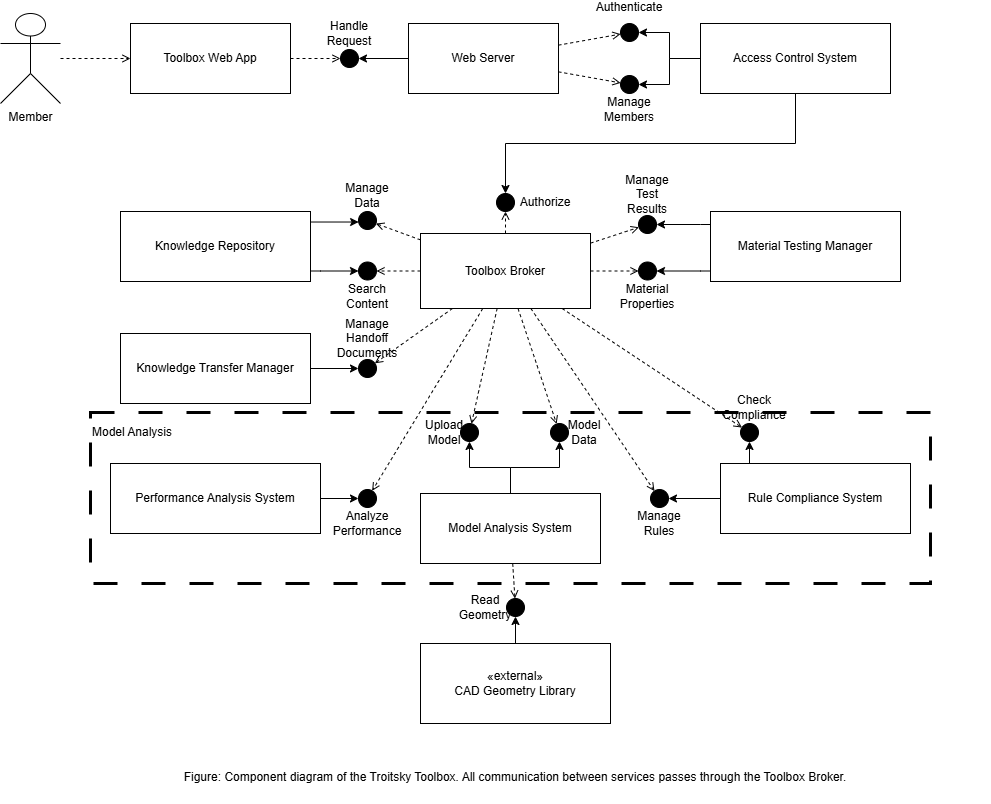
This is docs/SRS/System/s1component-dark.png from JackEaston4/Troitsky-Toolbox, a draw.io export, as it was before one commit. Source tidied: cells renumbered, new cells last; positions are measured from the earlier drawing's top-left corner, leaving out a move shared by most shapes.
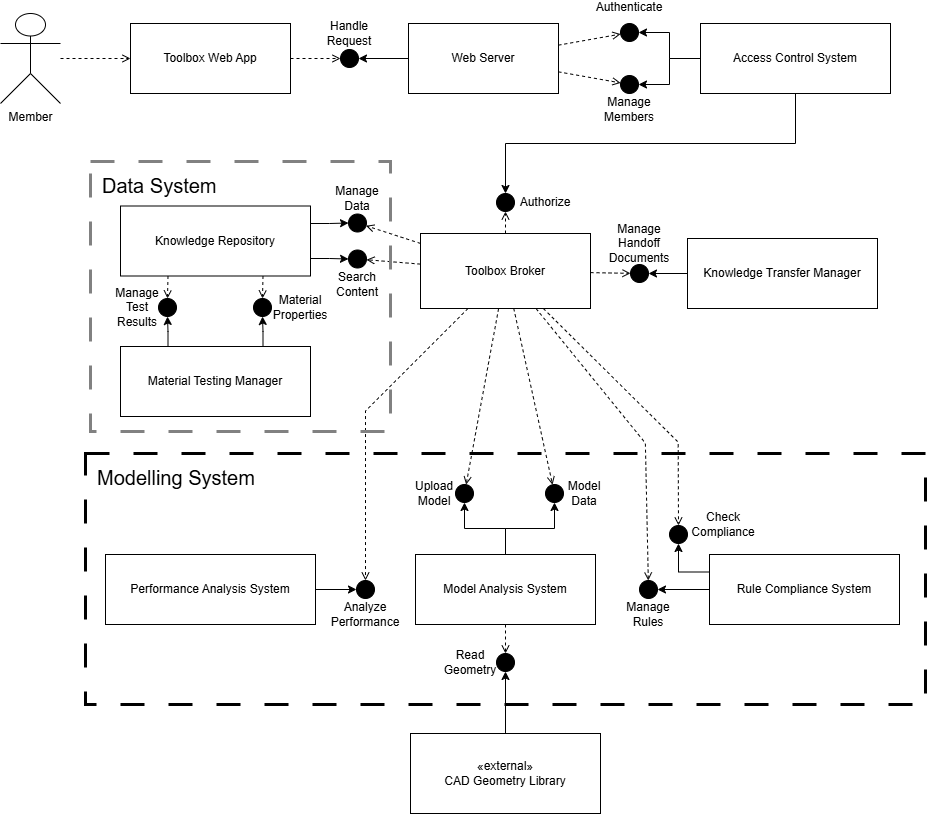
The same file after the commit.

Commit message:
added support for pdf integration of component diagram and cleaned up diagram layout

What changed in the source:
```diff
@@ -2,8 +2,8 @@
   <root>
     <mxCell id="0" />
     <mxCell id="1" parent="0" />
-    <mxCell id="2" value="Model Analysis" style="rounded=0;dashed=1;whiteSpace=wrap;html=1;verticalAlign=top;align=left;spacingTop=6;strokeColor=#000000;fillColor=none;dashPattern=8 8;strokeWidth=3;" parent="1" vertex="1">
-      <mxGeometry x="90" y="399" width="840" height="171" as="geometry" />
+    <mxCell id="2" value="&lt;font style=&quot;font-size: 20px;&quot;&gt;Modelling System&lt;/font&gt;" style="rounded=0;dashed=1;whiteSpace=wrap;html=1;verticalAlign=top;align=left;spacingTop=6;strokeColor=#000000;fillColor=none;dashPattern=8 8;strokeWidth=3;spacingRight=10;spacingLeft=10;" parent="1" vertex="1">
+      <mxGeometry x="85" y="440" width="840" height="251" as="geometry" />
     </mxCell>
     <mxCell id="3" value="Member" style="shape=umlActor;verticalLabelPosition=bottom;verticalAlign=top;html=1;strokeColor=#000000;fillColor=none;" parent="1" vertex="1">
       <mxGeometry width="60" height="90" as="geometry" />
@@ -21,25 +21,25 @@
       <mxGeometry x="420" y="220" width="170" height="75" as="geometry" />
     </mxCell>
     <mxCell id="8" value="Knowledge Repository" style="shape=uml2Component;whiteSpace=wrap;html=1;strokeColor=#000000;fillColor=none;" parent="1" vertex="1">
-      <mxGeometry x="120" y="198" width="190" height="70" as="geometry" />
+      <mxGeometry x="120" y="192.5" width="190" height="70" as="geometry" />
     </mxCell>
     <mxCell id="9" value="Model Analysis System" style="shape=uml2Component;whiteSpace=wrap;html=1;strokeColor=#000000;fillColor=none;" parent="1" vertex="1">
-      <mxGeometry x="420" y="480" width="180" height="70" as="geometry" />
+      <mxGeometry x="415" y="541" width="180" height="70" as="geometry" />
     </mxCell>
     <mxCell id="10" value="Performance Analysis System" style="shape=uml2Component;whiteSpace=wrap;html=1;strokeColor=#000000;fillColor=none;" parent="1" vertex="1">
-      <mxGeometry x="110" y="450" width="210" height="70" as="geometry" />
+      <mxGeometry x="105" y="541" width="210" height="70" as="geometry" />
     </mxCell>
     <mxCell id="11" value="Rule Compliance System" style="shape=uml2Component;whiteSpace=wrap;html=1;strokeColor=#000000;fillColor=none;" parent="1" vertex="1">
-      <mxGeometry x="720" y="450" width="190" height="70" as="geometry" />
+      <mxGeometry x="709" y="541" width="190" height="70" as="geometry" />
     </mxCell>
     <mxCell id="12" value="Material Testing Manager" style="shape=uml2Component;whiteSpace=wrap;html=1;strokeColor=#000000;fillColor=none;" parent="1" vertex="1">
-      <mxGeometry x="710" y="198" width="190" height="70" as="geometry" />
+      <mxGeometry x="120" y="333" width="190" height="70" as="geometry" />
     </mxCell>
     <mxCell id="13" value="Knowledge Transfer Manager" style="shape=uml2Component;whiteSpace=wrap;html=1;strokeColor=#000000;fillColor=none;" parent="1" vertex="1">
-      <mxGeometry x="120" y="320" width="190" height="70" as="geometry" />
+      <mxGeometry x="687" y="225" width="190" height="70" as="geometry" />
     </mxCell>
     <mxCell id="14" value="«external»&#10;CAD Geometry Library" style="shape=uml2Component;whiteSpace=wrap;html=1;strokeColor=#000000;fillColor=none;" parent="1" vertex="1">
-      <mxGeometry x="420" y="630" width="190" height="80" as="geometry" />
+      <mxGeometry x="410" y="720" width="190" height="80" as="geometry" />
     </mxCell>
     <mxCell id="15" value="Handle Request" style="ellipse;whiteSpace=wrap;html=1;strokeColor=#000000;fillColor=#000000;fontColor=#000000;spacingTop=0;spacingBottom=50;" parent="1" vertex="1">
       <mxGeometry x="340" y="36" width="18" height="18" as="geometry" />
@@ -54,37 +54,37 @@
       <mxGeometry x="620" y="62" width="18" height="18" as="geometry" />
     </mxCell>
     <mxCell id="19" value="Manage Data" style="ellipse;whiteSpace=wrap;html=1;strokeColor=#000000;fillColor=#000000;fontColor=#000000;spacingBottom=50;" parent="1" vertex="1">
-      <mxGeometry x="358" y="198" width="18" height="18" as="geometry" />
+      <mxGeometry x="348" y="200.5" width="18" height="18" as="geometry" />
     </mxCell>
     <mxCell id="20" value="Search Content" style="ellipse;whiteSpace=wrap;html=1;strokeColor=#000000;fillColor=#000000;fontColor=#000000;spacingTop=50;" parent="1" vertex="1">
-      <mxGeometry x="358" y="248.5" width="18" height="18" as="geometry" />
+      <mxGeometry x="348" y="236.5" width="18" height="18" as="geometry" />
     </mxCell>
-    <mxCell id="21" value="Upload Model" style="ellipse;whiteSpace=wrap;html=1;strokeColor=#000000;fillColor=#000000;fontColor=#000000;spacingRight=50;" parent="1" vertex="1">
-      <mxGeometry x="460" y="410" width="18" height="18" as="geometry" />
+    <mxCell id="21" value="Upload Model" style="ellipse;whiteSpace=wrap;html=1;strokeColor=#000000;fillColor=#000000;fontColor=#000000;spacingRight=60;" parent="1" vertex="1">
+      <mxGeometry x="455" y="471" width="18" height="18" as="geometry" />
     </mxCell>
-    <mxCell id="22" value="Model Data" style="ellipse;whiteSpace=wrap;html=1;strokeColor=#000000;fillColor=#000000;fontColor=#000000;spacingLeft=50;" parent="1" vertex="1">
-      <mxGeometry x="550" y="410" width="18" height="18" as="geometry" />
+    <mxCell id="22" value="Model Data" style="ellipse;whiteSpace=wrap;html=1;strokeColor=#000000;fillColor=#000000;fontColor=#000000;spacingLeft=60;" parent="1" vertex="1">
+      <mxGeometry x="545" y="471" width="18" height="18" as="geometry" />
     </mxCell>
     <mxCell id="23" value="Analyze Performance" style="ellipse;whiteSpace=wrap;html=1;strokeColor=#000000;fillColor=#000000;fontColor=#000000;spacingTop=50;" parent="1" vertex="1">
-      <mxGeometry x="358" y="476" width="18" height="18" as="geometry" />
+      <mxGeometry x="356" y="567" width="18" height="18" as="geometry" />
     </mxCell>
-    <mxCell id="24" value="Check Compliance" style="ellipse;whiteSpace=wrap;html=1;strokeColor=#000000;fillColor=#000000;fontColor=#000000;spacingBottom=50;spacingLeft=10;" parent="1" vertex="1">
-      <mxGeometry x="740" y="410" width="18" height="18" as="geometry" />
+    <mxCell id="24" value="Check Compliance" style="ellipse;whiteSpace=wrap;html=1;strokeColor=#000000;fillColor=#000000;fontColor=#000000;spacingBottom=20;spacingLeft=90;" parent="1" vertex="1">
+      <mxGeometry x="669" y="512" width="18" height="18" as="geometry" />
     </mxCell>
     <mxCell id="25" value="Manage Rules" style="ellipse;whiteSpace=wrap;html=1;strokeColor=#000000;fillColor=#000000;fontColor=#000000;spacingTop=50;" parent="1" vertex="1">
-      <mxGeometry x="650" y="476" width="18" height="18" as="geometry" />
+      <mxGeometry x="639" y="567" width="18" height="18" as="geometry" />
     </mxCell>
-    <mxCell id="26" value="Manage Test Results" style="ellipse;whiteSpace=wrap;html=1;strokeColor=#000000;fillColor=#000000;fontColor=#000000;spacingBottom=60;" parent="1" vertex="1">
-      <mxGeometry x="638" y="202" width="18" height="18" as="geometry" />
+    <mxCell id="26" value="Manage Test Results" style="ellipse;whiteSpace=wrap;html=1;strokeColor=#000000;fillColor=#000000;fontColor=#000000;spacingBottom=0;spacingRight=60;" parent="1" vertex="1">
+      <mxGeometry x="158" y="285" width="18" height="18" as="geometry" />
     </mxCell>
-    <mxCell id="27" value="Material Properties" style="ellipse;whiteSpace=wrap;html=1;strokeColor=#000000;fillColor=#000000;fontColor=#000000;spacingTop=50;" parent="1" vertex="1">
-      <mxGeometry x="638" y="248.5" width="18" height="18" as="geometry" />
+    <mxCell id="27" value="Material Properties" style="ellipse;whiteSpace=wrap;html=1;strokeColor=#000000;fillColor=#000000;fontColor=#000000;spacingTop=0;spacingLeft=75;" parent="1" vertex="1">
+      <mxGeometry x="253" y="285" width="18" height="18" as="geometry" />
     </mxCell>
     <mxCell id="28" value="Manage Handoff Documents" style="ellipse;whiteSpace=wrap;html=1;strokeColor=#000000;fillColor=#000000;fontColor=#000000;spacingBottom=60;" parent="1" vertex="1">
-      <mxGeometry x="358" y="346" width="18" height="18" as="geometry" />
+      <mxGeometry x="630" y="251" width="18" height="18" as="geometry" />
     </mxCell>
-    <mxCell id="29" value="Read Geometry" style="ellipse;whiteSpace=wrap;html=1;strokeColor=#000000;fillColor=#000000;fontColor=#000000;spacingRight=60;" parent="1" vertex="1">
-      <mxGeometry x="506" y="585" width="18" height="18" as="geometry" />
+    <mxCell id="29" value="Read Geometry" style="ellipse;whiteSpace=wrap;html=1;strokeColor=#000000;fillColor=#000000;fontColor=#000000;spacingRight=70;" parent="1" vertex="1">
+      <mxGeometry x="496" y="640" width="18" height="18" as="geometry" />
     </mxCell>
     <mxCell id="30" style="edgeStyle=orthogonalEdgeStyle;html=1;strokeColor=#000000;rounded=0;" parent="1" edge="1" source="5" target="15">
       <mxGeometry relative="1" as="geometry" />
@@ -103,20 +103,11 @@
     <mxCell id="33" style="edgeStyle=orthogonalEdgeStyle;html=1;strokeColor=#000000;rounded=0;" parent="1" edge="1" source="6" target="18">
       <mxGeometry relative="1" as="geometry" />
     </mxCell>
-    <mxCell id="34" style="edgeStyle=orthogonalEdgeStyle;html=1;strokeColor=#000000;rounded=0;" parent="1" edge="1" source="8" target="19">
-      <mxGeometry relative="1" as="geometry">
-        <Array as="points">
-          <mxPoint x="367" y="207" />
-        </Array>
-      </mxGeometry>
+    <mxCell id="34" style="edgeStyle=orthogonalEdgeStyle;html=1;strokeColor=#000000;rounded=0;exitX=1;exitY=0.25;exitDx=0;exitDy=0;" parent="1" edge="1" source="8" target="19">
+      <mxGeometry relative="1" as="geometry" />
     </mxCell>
-    <mxCell id="35" style="edgeStyle=orthogonalEdgeStyle;html=1;strokeColor=#000000;rounded=0;" parent="1" edge="1" source="8" target="20">
-      <mxGeometry relative="1" as="geometry">
-        <Array as="points">
-          <mxPoint x="320" y="257.5" />
-          <mxPoint x="320" y="257.5" />
-        </Array>
-      </mxGeometry>
+    <mxCell id="35" style="edgeStyle=orthogonalEdgeStyle;html=1;strokeColor=#000000;rounded=0;exitX=1;exitY=0.75;exitDx=0;exitDy=0;" parent="1" edge="1" source="8" target="20">
+      <mxGeometry relative="1" as="geometry" />
     </mxCell>
     <mxCell id="36" style="edgeStyle=orthogonalEdgeStyle;html=1;strokeColor=#000000;rounded=0;" parent="1" edge="1" source="9" target="21">
       <mxGeometry relative="1" as="geometry" />
@@ -127,32 +118,12 @@
     <mxCell id="38" style="edgeStyle=orthogonalEdgeStyle;html=1;strokeColor=#000000;rounded=0;" parent="1" edge="1" source="10" target="23">
       <mxGeometry relative="1" as="geometry" />
     </mxCell>
-    <mxCell id="39" style="edgeStyle=orthogonalEdgeStyle;html=1;strokeColor=#000000;rounded=0;exitX=0.25;exitY=0;exitDx=0;exitDy=0;" parent="1" edge="1" source="11" target="24">
-      <mxGeometry relative="1" as="geometry">
-        <Array as="points">
-          <mxPoint x="749" y="450" />
-        </Array>
-      </mxGeometry>
+    <mxCell id="39" style="edgeStyle=orthogonalEdgeStyle;html=1;strokeColor=#000000;rounded=0;exitX=0;exitY=0.25;exitDx=0;exitDy=0;" parent="1" edge="1" source="11" target="24">
+      <mxGeometry relative="1" as="geometry" />
     </mxCell>
     <mxCell id="40" style="edgeStyle=orthogonalEdgeStyle;html=1;strokeColor=#000000;rounded=0;" parent="1" edge="1" source="11" target="25">
       <mxGeometry relative="1" as="geometry" />
     </mxCell>
-    <mxCell id="41" style="edgeStyle=orthogonalEdgeStyle;html=1;strokeColor=#000000;rounded=0;" parent="1" edge="1" source="12" target="26">
-      <mxGeometry relative="1" as="geometry">
-        <Array as="points">
-          <mxPoint x="700" y="211" />
-          <mxPoint x="700" y="211" />
-        </Array>
-      </mxGeometry>
-    </mxCell>
-    <mxCell id="42" style="edgeStyle=orthogonalEdgeStyle;html=1;strokeColor=#000000;rounded=0;" parent="1" edge="1" source="12" target="27">
-      <mxGeometry relative="1" as="geometry">
-        <Array as="points">
-          <mxPoint x="700" y="257.5" />
-          <mxPoint x="700" y="257.5" />
-        </Array>
-      </mxGeometry>
-    </mxCell>
     <mxCell id="43" style="edgeStyle=orthogonalEdgeStyle;html=1;strokeColor=#000000;rounded=0;" parent="1" edge="1" source="13" target="28">
       <mxGeometry relative="1" as="geometry" />
     </mxCell>
@@ -187,18 +158,30 @@
       <mxGeometry relative="1" as="geometry" />
     </mxCell>
     <mxCell id="54" style="dashed=1;endArrow=open;html=1;strokeColor=#000000;rounded=0;" parent="1" edge="1" source="7" target="23">
-      <mxGeometry relative="1" as="geometry" />
+      <mxGeometry relative="1" as="geometry">
+        <Array as="points">
+          <mxPoint x="365" y="397.5" />
+        </Array>
+      </mxGeometry>
     </mxCell>
     <mxCell id="55" style="dashed=1;endArrow=open;html=1;strokeColor=#000000;rounded=0;" parent="1" edge="1" source="7" target="24">
-      <mxGeometry relative="1" as="geometry" />
+      <mxGeometry relative="1" as="geometry">
+        <Array as="points">
+          <mxPoint x="677.7" y="428.6" />
+        </Array>
+      </mxGeometry>
     </mxCell>
     <mxCell id="56" style="dashed=1;endArrow=open;html=1;strokeColor=#000000;rounded=0;" parent="1" edge="1" source="7" target="25">
-      <mxGeometry relative="1" as="geometry" />
+      <mxGeometry relative="1" as="geometry">
+        <Array as="points">
+          <mxPoint x="644.9" y="429.6" />
+        </Array>
+      </mxGeometry>
     </mxCell>
-    <mxCell id="57" style="dashed=1;endArrow=open;html=1;strokeColor=#000000;rounded=0;" parent="1" edge="1" source="7" target="26">
+    <mxCell id="57" style="dashed=1;endArrow=open;html=1;strokeColor=#000000;rounded=0;exitX=0.25;exitY=1;exitDx=0;exitDy=0;" parent="1" edge="1" source="8" target="26">
       <mxGeometry relative="1" as="geometry" />
     </mxCell>
-    <mxCell id="58" style="dashed=1;endArrow=open;html=1;strokeColor=#000000;rounded=0;" parent="1" edge="1" source="7" target="27">
+    <mxCell id="58" style="dashed=1;endArrow=open;html=1;strokeColor=#000000;rounded=0;exitX=0.75;exitY=1;exitDx=0;exitDy=0;" parent="1" edge="1" source="8" target="27">
       <mxGeometry relative="1" as="geometry" />
     </mxCell>
     <mxCell id="59" style="dashed=1;endArrow=open;html=1;strokeColor=#000000;rounded=0;" parent="1" edge="1" source="7" target="28">
@@ -207,8 +190,14 @@
     <mxCell id="60" style="dashed=1;endArrow=open;html=1;strokeColor=#000000;rounded=0;" parent="1" edge="1" source="9" target="29">
       <mxGeometry relative="1" as="geometry" />
     </mxCell>
-    <mxCell id="61" value="Figure: Component diagram of the Troitsky Toolbox. All communication between services passes through the Toolbox Broker." style="text;html=1;align=center;whiteSpace=wrap;strokeColor=none;fillColor=none;" parent="1" vertex="1">
-      <mxGeometry x="40" y="750" width="950" height="40" as="geometry" />
-    </mxCell>
+    <mxCell id="42" style="edgeStyle=orthogonalEdgeStyle;html=1;strokeColor=#000000;rounded=0;exitX=0.75;exitY=0;exitDx=0;exitDy=0;entryX=0.5;entryY=1;entryDx=0;entryDy=0;" parent="1" edge="1" source="12" target="27">
+      <mxGeometry relative="1" as="geometry" />
+    </mxCell>
+    <mxCell id="41" style="edgeStyle=orthogonalEdgeStyle;html=1;strokeColor=#000000;rounded=0;exitX=0.25;exitY=0;exitDx=0;exitDy=0;entryX=0.5;entryY=1;entryDx=0;entryDy=0;" parent="1" edge="1" source="12" target="26">
+      <mxGeometry relative="1" as="geometry" />
+    </mxCell>
+    <mxCell id="62" value="&lt;font style=&quot;font-size: 20px;&quot;&gt;Data System&lt;/font&gt;" style="rounded=0;dashed=1;whiteSpace=wrap;html=1;verticalAlign=top;align=left;spacingTop=6;strokeColor=#818181;fillColor=none;dashPattern=8 8;strokeWidth=3;spacingRight=10;spacingLeft=10;" parent="1" vertex="1">
+      <mxGeometry x="90" y="148" width="300" height="270" as="geometry" />
+    </mxCell>
   </root>
 </mxGraphModel>
```
